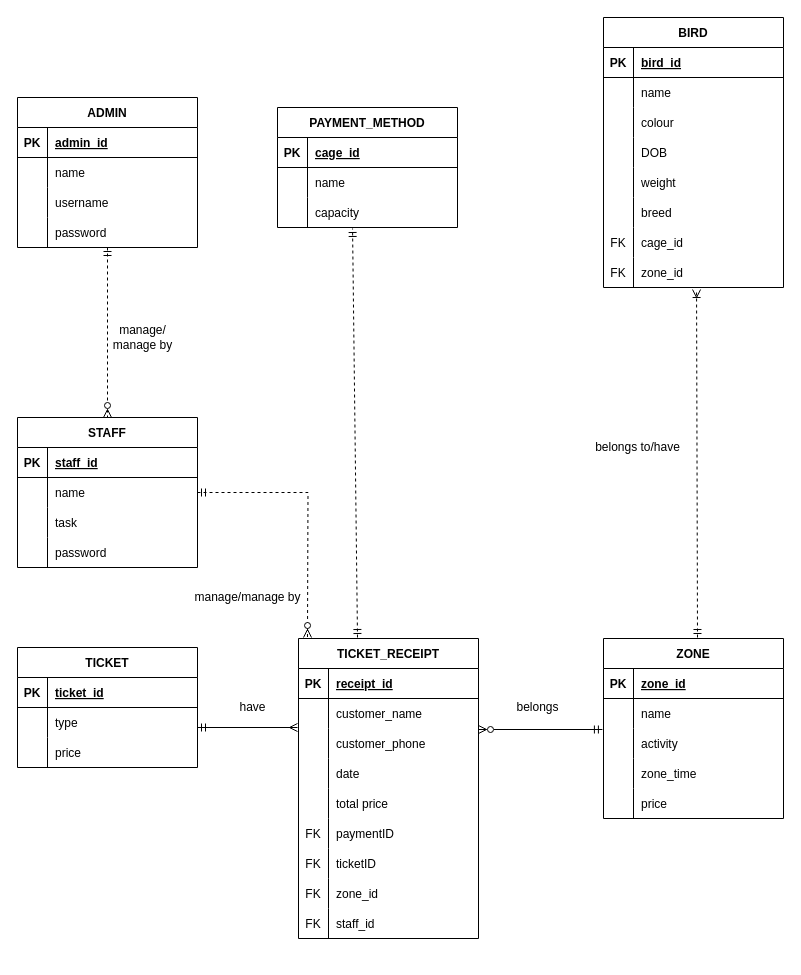
Earlier version of the draw.io diagram page "Page-8" (1 of 8) of Exercise1ClassDiagram.drawio (abby18abby/week-2-class-diagram). Source tidied: cells renumbered, new cells numbered last; positions are measured from the earlier drawing's top-left corner, leaving out a move shared by most shapes. Both pictures are drawn from the tidied source at 100%, with x=0, y=0 at pixel (17, 17).
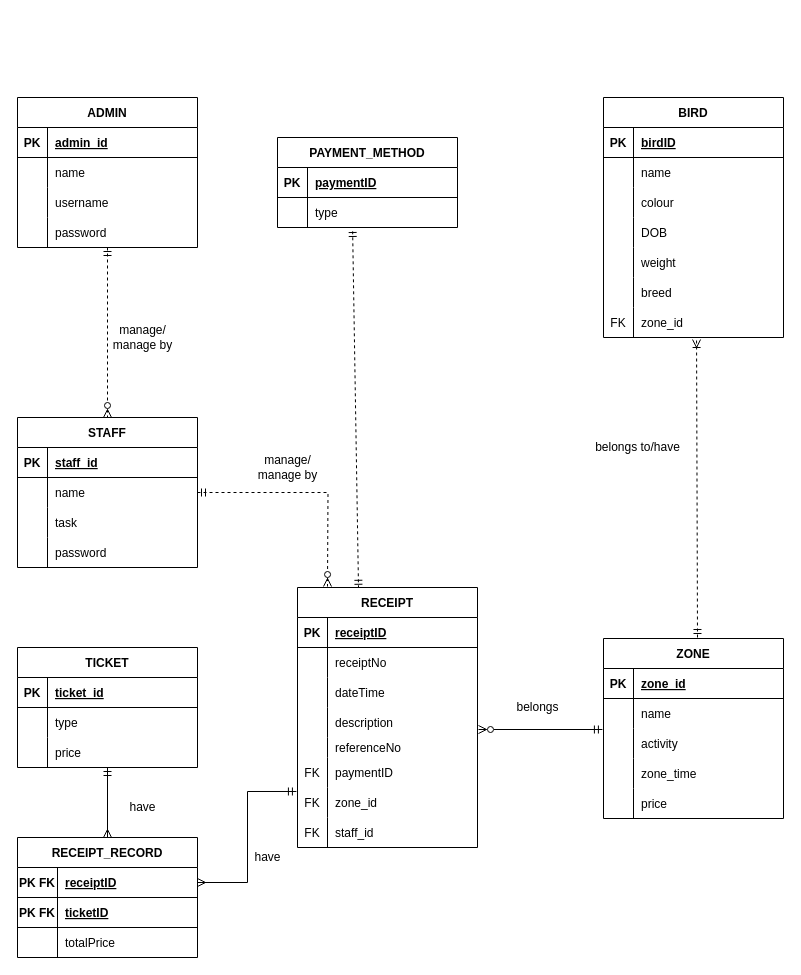
Above is the later version.

The change refers to these unchanged cells:
```xml
<mxCell id="16" style="shape=tableRow;horizontal=0;startSize=0;swimlaneHead=0;swimlaneBody=0;fillColor=none;top=0;left=0;right=0;bottom=1;" parent="15" vertex="1">
  <mxGeometry y="30" width="180" height="30" as="geometry" />
</mxCell>
<mxCell id="41" style="shape=tableRow;horizontal=0;startSize=0;swimlaneHead=0;swimlaneBody=0;fillColor=none;top=0;left=0;right=0;bottom=1;" parent="40" vertex="1">
  <mxGeometry y="30" width="180" height="30" as="geometry" />
</mxCell>
<mxCell id="44" style="shape=tableRow;horizontal=0;startSize=0;swimlaneHead=0;swimlaneBody=0;fillColor=none;top=0;left=0;right=0;bottom=0;" parent="40" vertex="1">
  <mxGeometry y="60" width="180" height="30" as="geometry" />
</mxCell>
<mxCell id="54" style="shape=tableRow;horizontal=0;startSize=0;swimlaneHead=0;swimlaneBody=0;fillColor=none;points=[[0,0.5],[1,0.5]];portConstraint=eastwest;top=0;left=0;right=0;bottom=0;" parent="50" vertex="1">
  <mxGeometry y="60" width="180" height="30" as="geometry" />
</mxCell>
<mxCell id="95" style="shape=tableRow;horizontal=0;startSize=0;swimlaneHead=0;swimlaneBody=0;fillColor=none;top=0;left=0;right=0;bottom=1;" parent="94" vertex="1">
  <mxGeometry y="30" width="180" height="30" as="geometry" />
</mxCell>
```

What changed in the source:
```diff
@@
     <mxCell id="15" value="BIRD" style="shape=table;startSize=30;childLayout=tableLayout;rowLines=0;fontStyle=1;align=center;" parent="1" vertex="1">
-      <mxGeometry x="586" width="180" height="270" as="geometry" />
+      <mxGeometry x="586" y="80" width="180" height="240" as="geometry" />
     </mxCell>
@@
-    <mxCell id="18" value="bird_id" style="shape=partialRectangle;fillColor=none;top=0;left=0;bottom=0;right=0;align=left;spacingLeft=6;fontStyle=5;overflow=hidden;" parent="16" vertex="1">
+    <mxCell id="18" value="birdID" style="shape=partialRectangle;fillColor=none;top=0;left=0;bottom=0;right=0;align=left;spacingLeft=6;fontStyle=5;overflow=hidden;" parent="16" vertex="1">
       <mxGeometry x="30" width="150" height="30" as="geometry" />
     </mxCell>
@@
-    <mxCell id="34" style="shape=tableRow;horizontal=0;startSize=0;swimlaneHead=0;swimlaneBody=0;fillColor=none;top=0;left=0;right=0;bottom=0;" parent="15" vertex="1">
-      <mxGeometry y="210" width="180" height="30" as="geometry" />
-    </mxCell>
-    <mxCell id="35" value="FK" style="shape=partialRectangle;fillColor=none;top=0;left=0;bottom=0;right=0;overflow=hidden;" parent="34" vertex="1">
-      <mxGeometry width="30" height="30" as="geometry" />
-    </mxCell>
-    <mxCell id="36" value="cage_id" style="shape=partialRectangle;fillColor=none;top=0;left=0;bottom=0;right=0;align=left;spacingLeft=6;overflow=hidden;" parent="34" vertex="1">
-      <mxGeometry x="30" width="150" height="30" as="geometry" />
-    </mxCell>
     <mxCell id="37" style="shape=tableRow;horizontal=0;startSize=0;swimlaneHead=0;swimlaneBody=0;fillColor=none;points=[[0,0.5],[1,0.5]];portConstraint=eastwest;top=0;left=0;right=0;bottom=0;" parent="15" vertex="1">
-      <mxGeometry y="240" width="180" height="30" as="geometry" />
+      <mxGeometry y="210" width="180" height="30" as="geometry" />
     </mxCell>
@@
     <mxCell id="40" value="PAYMENT_METHOD" style="shape=table;startSize=30;childLayout=tableLayout;rowLines=0;fontStyle=1;align=center;" parent="1" vertex="1">
-      <mxGeometry x="260" y="90" width="180" height="120" as="geometry" />
+      <mxGeometry x="260" y="120" width="180" height="90" as="geometry" />
     </mxCell>
@@
-    <mxCell id="43" value="cage_id" style="shape=partialRectangle;fillColor=none;top=0;left=0;bottom=0;right=0;align=left;spacingLeft=6;fontStyle=5;overflow=hidden;" parent="41" vertex="1">
+    <mxCell id="43" value="paymentID" style="shape=partialRectangle;fillColor=none;top=0;left=0;bottom=0;right=0;align=left;spacingLeft=6;fontStyle=5;overflow=hidden;" parent="41" vertex="1">
       <mxGeometry x="30" width="150" height="30" as="geometry" />
     </mxCell>
@@
-    <mxCell id="46" value="name" style="shape=partialRectangle;fillColor=none;top=0;left=0;bottom=0;right=0;align=left;spacingLeft=6;overflow=hidden;" parent="44" vertex="1">
+    <mxCell id="46" value="type" style="shape=partialRectangle;fillColor=none;top=0;left=0;bottom=0;right=0;align=left;spacingLeft=6;overflow=hidden;" parent="44" vertex="1">
       <mxGeometry x="30" width="150" height="30" as="geometry" />
     </mxCell>
-    <mxCell id="47" style="shape=tableRow;horizontal=0;startSize=0;swimlaneHead=0;swimlaneBody=0;fillColor=none;points=[[0,0.5],[1,0.5]];portConstraint=eastwest;top=0;left=0;right=0;bottom=0;" parent="40" vertex="1">
-      <mxGeometry y="90" width="180" height="30" as="geometry" />
-    </mxCell>
-    <mxCell id="48" style="shape=partialRectangle;fillColor=none;top=0;left=0;bottom=0;right=0;overflow=hidden;" parent="47" vertex="1">
-      <mxGeometry width="30" height="30" as="geometry" />
-    </mxCell>
-    <mxCell id="49" value="capacity" style="shape=partialRectangle;fillColor=none;top=0;left=0;bottom=0;right=0;align=left;spacingLeft=6;overflow=hidden;" parent="47" vertex="1">
-      <mxGeometry x="30" width="150" height="30" as="geometry" />
-    </mxCell>
@@
-    <mxCell id="75" style="fontSize=12;html=1;endArrow=ERmandOne;startArrow=ERmandOne;rounded=0;jumpStyle=none;jumpSize=4;dashed=1;startFill=0;endFill=0;entryX=0.417;entryY=1.033;entryDx=0;entryDy=0;entryPerimeter=0;" parent="1" edge="1" target="47">
+    <mxCell id="75" style="fontSize=12;html=1;endArrow=ERmandOne;startArrow=ERmandOne;rounded=0;jumpStyle=none;jumpSize=4;dashed=1;startFill=0;endFill=0;entryX=0.417;entryY=1.033;entryDx=0;entryDy=0;entryPerimeter=0;exitX=0.339;exitY=0.003;exitDx=0;exitDy=0;exitPerimeter=0;" parent="1" edge="1" source="94">
       <mxGeometry relative="1" as="geometry">
-        <mxPoint x="340" y="620" as="sourcePoint" />
+        <mxPoint x="335.1" y="211" as="targetPoint" />
       </mxGeometry>
     </mxCell>
@@
-    <mxCell id="92" style="fontSize=12;html=1;endArrow=ERmany;startArrow=ERmandOne;rounded=0;jumpStyle=none;jumpSize=4;exitX=0.994;exitY=0.1;exitDx=0;exitDy=0;exitPerimeter=0;endFill=0;startFill=0;" parent="1" edge="1">
+    <mxCell id="92" style="fontSize=12;html=1;endArrow=ERmany;startArrow=ERmandOne;rounded=0;jumpStyle=none;jumpSize=4;endFill=0;startFill=0;entryX=0.5;entryY=0;entryDx=0;entryDy=0;" parent="1" edge="1" target="132">
       <mxGeometry relative="1" as="geometry">
-        <mxPoint x="180" y="710" as="sourcePoint" />
-        <mxPoint x="280" y="710" as="targetPoint" />
+        <mxPoint x="90" y="750" as="sourcePoint" />
       </mxGeometry>
     </mxCell>
     <mxCell id="93" value="have" style="text;html=1;align=center;verticalAlign=middle;strokeColor=none;fillColor=none;" parent="1" vertex="1">
-      <mxGeometry x="215" y="680" width="40" height="20" as="geometry" />
+      <mxGeometry x="105" y="780" width="40" height="20" as="geometry" />
     </mxCell>
-    <mxCell id="94" value="TICKET_RECEIPT" style="shape=table;startSize=30;childLayout=tableLayout;rowLines=0;fontStyle=1;align=center;" parent="1" vertex="1">
-      <mxGeometry x="281" y="621" width="180" height="300" as="geometry" />
+    <mxCell id="94" value="RECEIPT" style="shape=table;startSize=30;childLayout=tableLayout;rowLines=0;fontStyle=1;align=center;" parent="1" vertex="1">
+      <mxGeometry x="280" y="570" width="180" height="260" as="geometry" />
     </mxCell>
@@
-    <mxCell id="97" value="receipt_id" style="shape=partialRectangle;fillColor=none;top=0;left=0;bottom=0;right=0;align=left;spacingLeft=6;fontStyle=5;overflow=hidden;" parent="95" vertex="1">
+    <mxCell id="97" value="receiptID" style="shape=partialRectangle;fillColor=none;top=0;left=0;bottom=0;right=0;align=left;spacingLeft=6;fontStyle=5;overflow=hidden;" parent="95" vertex="1">
       <mxGeometry x="30" width="150" height="30" as="geometry" />
     </mxCell>
+    <mxCell id="128" style="shape=tableRow;horizontal=0;startSize=0;swimlaneHead=0;swimlaneBody=0;fillColor=none;top=0;left=0;right=0;bottom=0;" parent="94" vertex="1">
+      <mxGeometry y="60" width="180" height="30" as="geometry" />
+    </mxCell>
+    <mxCell id="129" style="shape=partialRectangle;fillColor=none;top=0;left=0;bottom=0;right=0;overflow=hidden;" parent="128" vertex="1">
+      <mxGeometry width="30" height="30" as="geometry" />
+    </mxCell>
+    <mxCell id="130" value="receiptNo" style="shape=partialRectangle;fillColor=none;top=0;left=0;bottom=0;right=0;align=left;spacingLeft=6;overflow=hidden;" parent="128" vertex="1">
+      <mxGeometry x="30" width="150" height="30" as="geometry" />
+    </mxCell>
+    <mxCell id="104" style="shape=tableRow;horizontal=0;startSize=0;swimlaneHead=0;swimlaneBody=0;fillColor=none;top=0;left=0;right=0;bottom=0;" parent="94" vertex="1">
+      <mxGeometry y="90" width="180" height="30" as="geometry" />
+    </mxCell>
+    <mxCell id="105" style="shape=partialRectangle;fillColor=none;top=0;left=0;bottom=0;right=0;overflow=hidden;" parent="104" vertex="1">
+      <mxGeometry width="30" height="30" as="geometry" />
+    </mxCell>
+    <mxCell id="106" value="dateTime" style="shape=partialRectangle;fillColor=none;top=0;left=0;bottom=0;right=0;align=left;spacingLeft=6;overflow=hidden;" parent="104" vertex="1">
+      <mxGeometry x="30" width="150" height="30" as="geometry" />
+    </mxCell>
     <mxCell id="98" style="shape=tableRow;horizontal=0;startSize=0;swimlaneHead=0;swimlaneBody=0;fillColor=none;top=0;left=0;right=0;bottom=0;" parent="94" vertex="1">
-      <mxGeometry y="60" width="180" height="30" as="geometry" />
+      <mxGeometry y="120" width="180" height="30" as="geometry" />
     </mxCell>
@@
-    <mxCell id="100" value="customer_name" style="shape=partialRectangle;fillColor=none;top=0;left=0;bottom=0;right=0;align=left;spacingLeft=6;overflow=hidden;" parent="98" vertex="1">
+    <mxCell id="100" value="description" style="shape=partialRectangle;fillColor=none;top=0;left=0;bottom=0;right=0;align=left;spacingLeft=6;overflow=hidden;" parent="98" vertex="1">
       <mxGeometry x="30" width="150" height="30" as="geometry" />
     </mxCell>
     <mxCell id="101" style="shape=tableRow;horizontal=0;startSize=0;swimlaneHead=0;swimlaneBody=0;fillColor=none;top=0;left=0;right=0;bottom=0;" parent="94" vertex="1">
-      <mxGeometry y="90" width="180" height="30" as="geometry" />
+      <mxGeometry y="150" width="180" height="20" as="geometry" />
     </mxCell>
     <mxCell id="102" style="shape=partialRectangle;fillColor=none;top=0;left=0;bottom=0;right=0;overflow=hidden;" parent="101" vertex="1">
-      <mxGeometry width="30" height="30" as="geometry" />
+      <mxGeometry width="30" height="20" as="geometry" />
     </mxCell>
-    <mxCell id="103" value="customer_phone" style="shape=partialRectangle;fillColor=none;top=0;left=0;bottom=0;right=0;align=left;spacingLeft=6;overflow=hidden;" parent="101" vertex="1">
-      <mxGeometry x="30" width="150" height="30" as="geometry" />
+    <mxCell id="103" value="referenceNo" style="shape=partialRectangle;fillColor=none;top=0;left=0;bottom=0;right=0;align=left;spacingLeft=6;overflow=hidden;" parent="101" vertex="1">
+      <mxGeometry x="30" width="150" height="20" as="geometry" />
     </mxCell>
-    <mxCell id="104" style="shape=tableRow;horizontal=0;startSize=0;swimlaneHead=0;swimlaneBody=0;fillColor=none;top=0;left=0;right=0;bottom=0;" parent="94" vertex="1">
-      <mxGeometry y="120" width="180" height="30" as="geometry" />
-    </mxCell>
-    <mxCell id="105" style="shape=partialRectangle;fillColor=none;top=0;left=0;bottom=0;right=0;overflow=hidden;" parent="104" vertex="1">
-      <mxGeometry width="30" height="30" as="geometry" />
-    </mxCell>
-    <mxCell id="106" value="date" style="shape=partialRectangle;fillColor=none;top=0;left=0;bottom=0;right=0;align=left;spacingLeft=6;overflow=hidden;" parent="104" vertex="1">
-      <mxGeometry x="30" width="150" height="30" as="geometry" />
-    </mxCell>
-    <mxCell id="107" style="shape=tableRow;horizontal=0;startSize=0;swimlaneHead=0;swimlaneBody=0;fillColor=none;top=0;left=0;right=0;bottom=0;" parent="94" vertex="1">
-      <mxGeometry y="150" width="180" height="30" as="geometry" />
-    </mxCell>
-    <mxCell id="108" style="shape=partialRectangle;fillColor=none;top=0;left=0;bottom=0;right=0;overflow=hidden;" parent="107" vertex="1">
-      <mxGeometry width="30" height="30" as="geometry" />
-    </mxCell>
-    <mxCell id="109" value="total price" style="shape=partialRectangle;fillColor=none;top=0;left=0;bottom=0;right=0;align=left;spacingLeft=6;overflow=hidden;" parent="107" vertex="1">
-      <mxGeometry x="30" width="150" height="30" as="geometry" />
-    </mxCell>
     <mxCell id="110" style="shape=tableRow;horizontal=0;startSize=0;swimlaneHead=0;swimlaneBody=0;fillColor=none;top=0;left=0;right=0;bottom=0;" parent="94" vertex="1">
-      <mxGeometry y="180" width="180" height="30" as="geometry" />
+      <mxGeometry y="170" width="180" height="30" as="geometry" />
     </mxCell>
@@
-    <mxCell id="113" style="shape=tableRow;horizontal=0;startSize=0;swimlaneHead=0;swimlaneBody=0;fillColor=none;top=0;left=0;right=0;bottom=0;" parent="94" vertex="1">
-      <mxGeometry y="210" width="180" height="30" as="geometry" />
-    </mxCell>
-    <mxCell id="114" value="FK" style="shape=partialRectangle;fillColor=none;top=0;left=0;bottom=0;right=0;overflow=hidden;" parent="113" vertex="1">
-      <mxGeometry width="30" height="30" as="geometry" />
-    </mxCell>
-    <mxCell id="115" value="ticketID" style="shape=partialRectangle;fillColor=none;top=0;left=0;bottom=0;right=0;align=left;spacingLeft=6;overflow=hidden;" parent="113" vertex="1">
-      <mxGeometry x="30" width="150" height="30" as="geometry" />
-    </mxCell>
     <mxCell id="116" style="shape=tableRow;horizontal=0;startSize=0;swimlaneHead=0;swimlaneBody=0;fillColor=none;points=[[0,0.5],[1,0.5]];portConstraint=eastwest;top=0;left=0;right=0;bottom=0;" parent="94" vertex="1">
-      <mxGeometry y="240" width="180" height="30" as="geometry" />
+      <mxGeometry y="200" width="180" height="30" as="geometry" />
     </mxCell>
@@
     <mxCell id="119" style="shape=tableRow;horizontal=0;startSize=0;swimlaneHead=0;swimlaneBody=0;fillColor=none;top=0;left=0;right=0;bottom=0;" parent="94" vertex="1">
-      <mxGeometry y="270" width="180" height="30" as="geometry" />
+      <mxGeometry y="230" width="180" height="30" as="geometry" />
     </mxCell>
@@
-    <mxCell id="124" style="fontSize=12;html=1;endArrow=ERzeroToMany;startArrow=ERmandOne;rounded=0;jumpStyle=none;jumpSize=4;exitX=1;exitY=0.5;exitDx=0;exitDy=0;dashed=1;edgeStyle=orthogonalEdgeStyle;" parent="1" edge="1" source="54">
+    <mxCell id="124" style="fontSize=12;html=1;endArrow=ERzeroToMany;startArrow=ERmandOne;rounded=0;jumpStyle=none;jumpSize=4;exitX=1;exitY=0.5;exitDx=0;exitDy=0;dashed=1;edgeStyle=orthogonalEdgeStyle;entryX=1;entryY=-0.05;entryDx=0;entryDy=0;entryPerimeter=0;" parent="1" edge="1" source="54">
       <mxGeometry relative="1" as="geometry">
-        <mxPoint x="290" y="620" as="targetPoint" />
+        <mxPoint x="310" y="569" as="targetPoint" />
       </mxGeometry>
     </mxCell>
-    <mxCell id="125" value="manage/manage by" style="text;html=1;align=center;verticalAlign=middle;strokeColor=none;fillColor=none;" parent="1" vertex="1">
-      <mxGeometry x="170" y="570" width="120" height="20" as="geometry" />
-    </mxCell>
@@
+    <mxCell id="131" value="manage/&lt;br&gt;manage by" style="text;html=1;align=center;verticalAlign=middle;strokeColor=none;fillColor=none;" parent="1" vertex="1">
+      <mxGeometry x="235" y="435" width="70" height="30" as="geometry" />
+    </mxCell>
+    <mxCell id="132" value="RECEIPT_RECORD" style="shape=table;startSize=30;childLayout=tableLayout;rowLines=0;fontStyle=1;align=center;" parent="1" vertex="1">
+      <mxGeometry y="820" width="180" height="120" as="geometry" />
+    </mxCell>
+    <mxCell id="133" style="shape=tableRow;horizontal=0;startSize=0;swimlaneHead=0;swimlaneBody=0;fillColor=none;points=[[0,0.5],[1,0.5]];portConstraint=eastwest;top=0;left=0;right=0;bottom=1;" parent="132" vertex="1">
+      <mxGeometry y="30" width="180" height="30" as="geometry" />
+    </mxCell>
+    <mxCell id="134" value="PK FK" style="shape=partialRectangle;fillColor=none;top=0;left=0;bottom=0;right=0;fontStyle=1;overflow=hidden;" parent="133" vertex="1">
+      <mxGeometry width="40" height="30" as="geometry" />
+    </mxCell>
+    <mxCell id="135" value="receiptID" style="shape=partialRectangle;fillColor=none;top=0;left=0;bottom=0;right=0;align=left;spacingLeft=6;fontStyle=5;overflow=hidden;" parent="133" vertex="1">
+      <mxGeometry x="40" width="140" height="30" as="geometry" />
+    </mxCell>
+    <mxCell id="136" style="shape=tableRow;horizontal=0;startSize=0;swimlaneHead=0;swimlaneBody=0;fillColor=none;top=0;left=0;right=0;bottom=1;" parent="132" vertex="1">
+      <mxGeometry y="60" width="180" height="30" as="geometry" />
+    </mxCell>
+    <mxCell id="137" value="PK FK" style="shape=partialRectangle;fillColor=none;top=0;left=0;bottom=0;right=0;fontStyle=1;overflow=hidden;" parent="136" vertex="1">
+      <mxGeometry width="40" height="30" as="geometry" />
+    </mxCell>
+    <mxCell id="115" value="ticketID" style="shape=partialRectangle;fillColor=none;top=0;left=0;bottom=0;right=0;align=left;spacingLeft=6;fontStyle=5;overflow=hidden;" parent="136" vertex="1">
+      <mxGeometry x="40" width="140" height="30" as="geometry" />
+    </mxCell>
+    <mxCell id="47" style="shape=tableRow;horizontal=0;startSize=0;swimlaneHead=0;swimlaneBody=0;fillColor=none;points=[[0,0.5],[1,0.5]];portConstraint=eastwest;top=0;left=0;right=0;bottom=0;" parent="132" vertex="1">
+      <mxGeometry y="90" width="180" height="30" as="geometry" />
+    </mxCell>
+    <mxCell id="138" style="shape=partialRectangle;fillColor=none;top=0;left=0;bottom=0;right=0;overflow=hidden;" parent="47" vertex="1">
+      <mxGeometry width="40" height="30" as="geometry" />
+    </mxCell>
+    <mxCell id="139" value="totalPrice" style="shape=partialRectangle;fillColor=none;top=0;left=0;bottom=0;right=0;align=left;spacingLeft=6;overflow=hidden;" parent="47" vertex="1">
+      <mxGeometry x="40" width="140" height="30" as="geometry" />
+    </mxCell>
+    <mxCell id="140" style="fontSize=12;html=1;endArrow=ERmany;startArrow=ERmandOne;rounded=0;jumpStyle=none;jumpSize=4;endFill=0;startFill=0;entryX=1;entryY=0.5;entryDx=0;entryDy=0;exitX=-0.006;exitY=0.133;exitDx=0;exitDy=0;exitPerimeter=0;edgeStyle=orthogonalEdgeStyle;" parent="1" edge="1" source="116" target="133">
+      <mxGeometry relative="1" as="geometry" />
+    </mxCell>
+    <mxCell id="141" value="have" style="text;html=1;align=center;verticalAlign=middle;strokeColor=none;fillColor=none;" parent="1" vertex="1">
+      <mxGeometry x="230" y="830" width="40" height="20" as="geometry" />
+    </mxCell>
```
